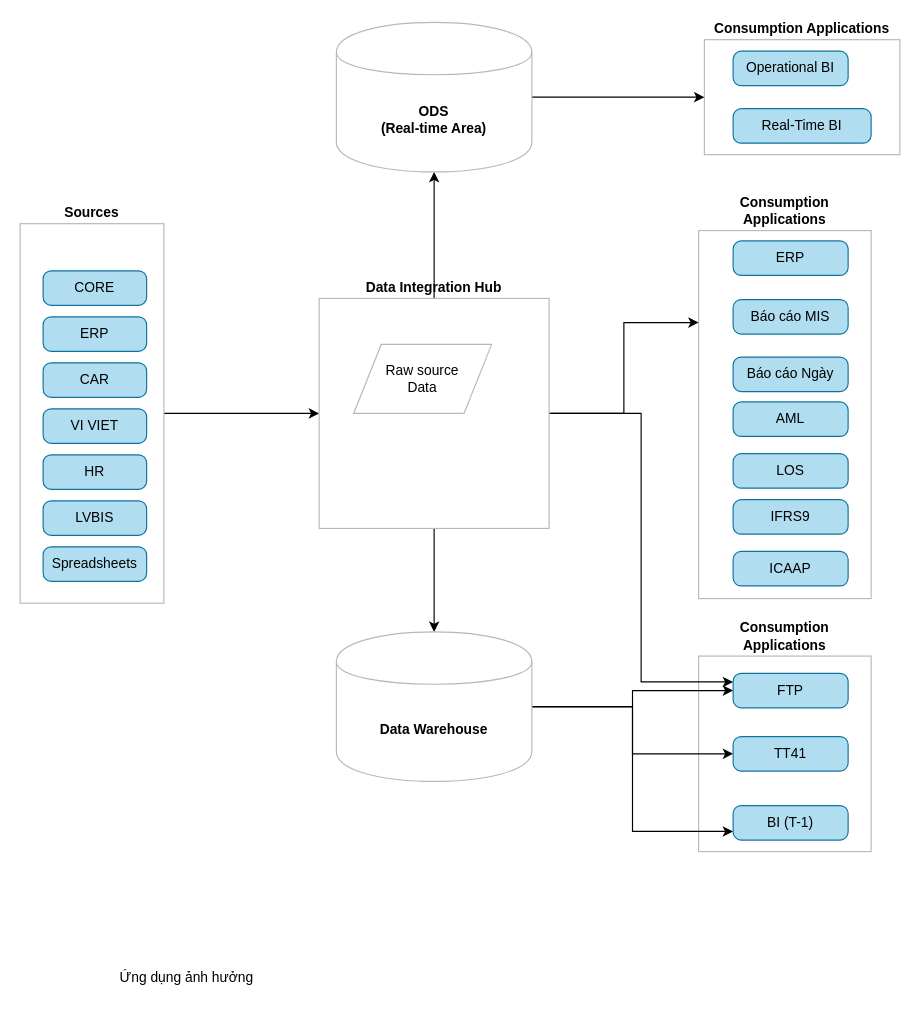
The draw.io diagram Data Hub.drawio in uyennt01/Project1, before the edit. Source tidied: cells renumbered, new cells numbered last; positions are measured from the earlier drawing's top-left corner, leaving out a move shared by most shapes. Both pictures are drawn from the tidied source at 115%, with x=0, y=0 at pixel (20, 22).
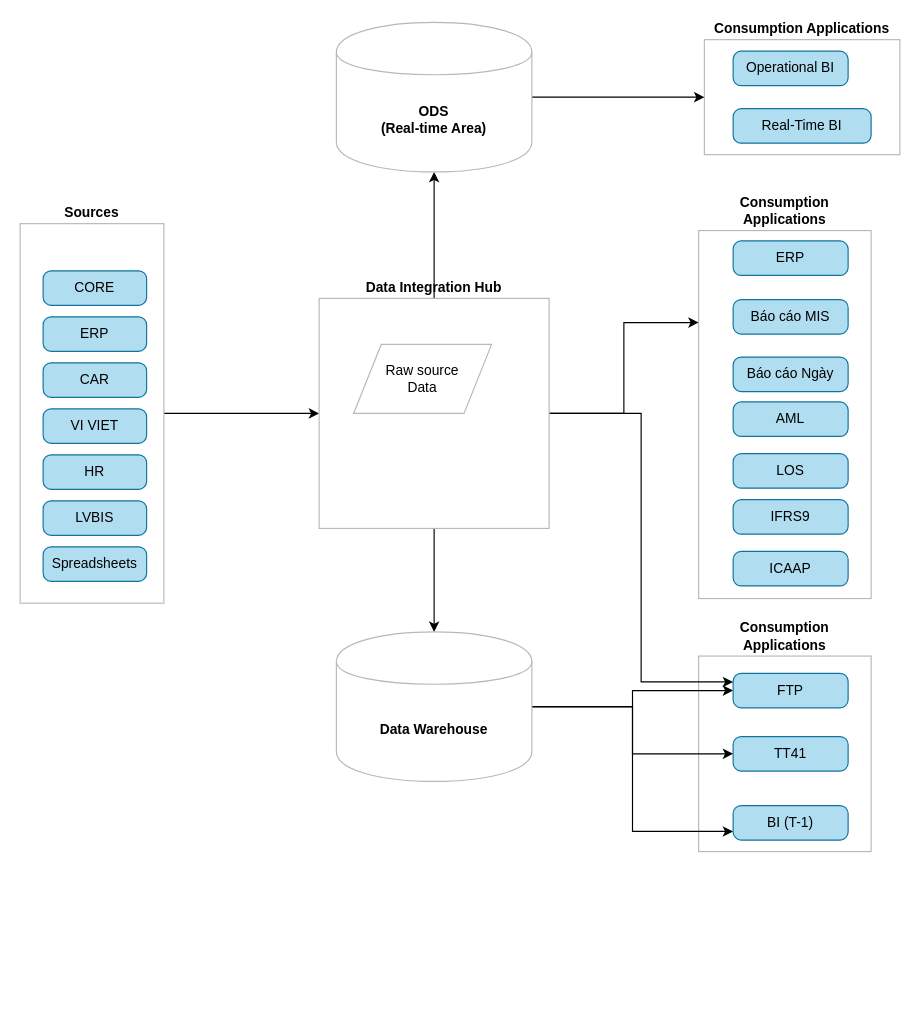
Above is the later version.

Change to the diagram source:
```diff
@@
-    <mxCell id="38" value="Ứng dụng ảnh hưởng" style="text;html=1;strokeColor=none;fillColor=none;align=center;verticalAlign=middle;whiteSpace=wrap;rounded=0;" parent="1" vertex="1">
-      <mxGeometry x="20" y="821" width="250" height="20" as="geometry" />
-    </mxCell>
```
